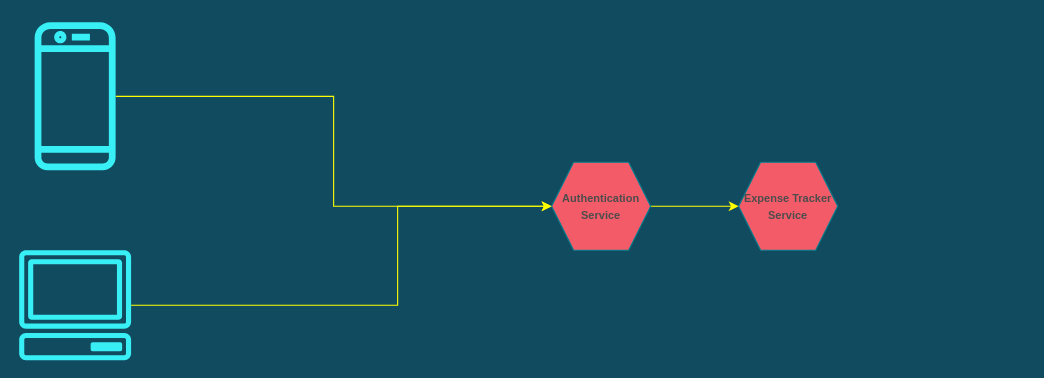
Above: Untitled Diagram.drawio in kanaan-dvlps/Expense_Tracker (draw.io), before the change. Source tidied: cells renumbered, new cells numbered last; positions are measured from the earlier drawing's top-left corner, leaving out a move shared by most shapes. Both pictures are drawn from the tidied source at 110%, with x=0, y=0 at pixel (18, 19).
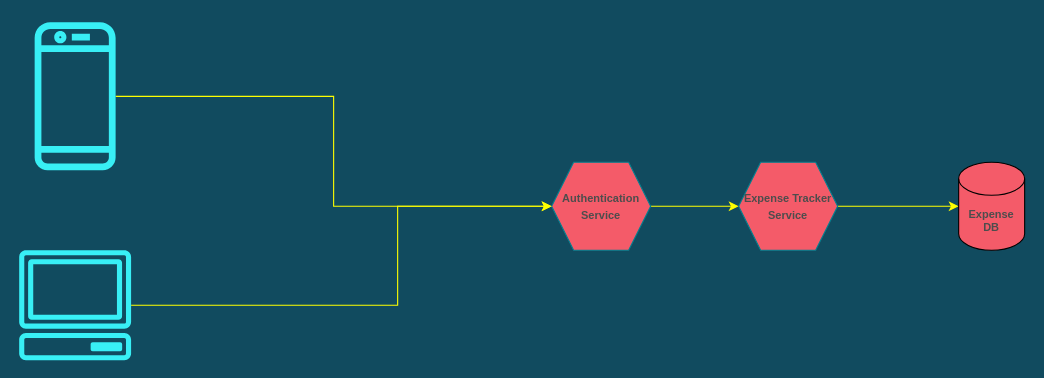
The same page after the edit.

The edit, as a diff of the source:
```diff
@@
 <mxGraphModel background="#114B5F">
   <root>
     <mxCell id="0" />
     <mxCell id="1" parent="0" />
     <mxCell id="2" style="edgeStyle=orthogonalEdgeStyle;rounded=0;jettySize=auto;html=1;fontSize=10;fontColor=#4D4D4D;strokeColor=#FFFF00;" parent="1" edge="1" source="3" target="8">
       <mxGeometry relative="1" as="geometry" />
     </mxCell>
     <mxCell id="3" value="&lt;font size=&quot;1&quot; color=&quot;#4d4d4d&quot;&gt;&lt;b style=&quot;&quot;&gt;Authentication Service&lt;/b&gt;&lt;/font&gt;" style="shape=hexagon;perimeter=hexagonPerimeter2;whiteSpace=wrap;html=1;fixedSize=1;fillColor=#F45B69;strokeColor=#028090;fontColor=#E4FDE1;rounded=0;" parent="1" vertex="1">
       <mxGeometry x="485" y="130" width="90" height="80" as="geometry" />
     </mxCell>
     <mxCell id="4" style="edgeStyle=orthogonalEdgeStyle;rounded=0;jettySize=auto;html=1;strokeColor=#FFFF00;" parent="1" edge="1" source="5" target="3">
       <mxGeometry relative="1" as="geometry" />
     </mxCell>
     <mxCell id="5" style="sketch=0;outlineConnect=0;fontColor=#232F3E;gradientColor=none;fillColor=#38EFF5;strokeColor=none;dashed=0;verticalLabelPosition=bottom;verticalAlign=top;align=center;html=1;fontSize=12;fontStyle=0;shape=mxgraph.aws4.mobile_client;" parent="1" vertex="1">
       <mxGeometry x="15" width="73.6" height="140" as="geometry" />
     </mxCell>
     <mxCell id="6" style="edgeStyle=orthogonalEdgeStyle;rounded=0;jettySize=auto;html=1;strokeColor=#FFFF00;" parent="1" edge="1" source="7" target="3">
       <mxGeometry relative="1" as="geometry">
         <Array as="points">
           <mxPoint x="345" y="260" />
           <mxPoint x="345" y="170" />
         </Array>
       </mxGeometry>
     </mxCell>
     <mxCell id="7" style="sketch=0;outlineConnect=0;fontColor=#232F3E;gradientColor=none;fillColor=#38EFF5;strokeColor=none;dashed=0;verticalLabelPosition=bottom;verticalAlign=top;align=center;html=1;fontSize=12;fontStyle=0;shape=mxgraph.aws4.client;" parent="1" vertex="1">
       <mxGeometry x="0.5" y="210" width="102.6" height="100" as="geometry" />
     </mxCell>
+    <mxCell id="9" style="edgeStyle=orthogonalEdgeStyle;rounded=0;jettySize=auto;html=1;strokeColor=#FFFF00;fontSize=10;fontColor=#E6E6E6;" parent="1" edge="1" source="8" target="10">
+      <mxGeometry relative="1" as="geometry" />
+    </mxCell>
     <mxCell id="8" value="&lt;font size=&quot;1&quot; color=&quot;#4d4d4d&quot;&gt;&lt;b style=&quot;&quot;&gt;Expense Tracker Service&lt;br&gt;&lt;/b&gt;&lt;/font&gt;" style="shape=hexagon;perimeter=hexagonPerimeter2;whiteSpace=wrap;html=1;fixedSize=1;fillColor=#F45B69;strokeColor=#028090;fontColor=#E4FDE1;rounded=0;" parent="1" vertex="1">
       <mxGeometry x="655" y="130" width="90" height="80" as="geometry" />
     </mxCell>
+    <mxCell id="10" value="&lt;b&gt;&lt;font color=&quot;#4d4d4d&quot;&gt;Expense DB&lt;/font&gt;&lt;/b&gt;" style="shape=cylinder3;whiteSpace=wrap;html=1;boundedLbl=1;backgroundOutline=1;size=15;labelBackgroundColor=none;fontSize=10;fontColor=#E6E6E6;fillColor=#F45B69;" parent="1" vertex="1">
+      <mxGeometry x="855" y="130" width="60" height="80" as="geometry" />
+    </mxCell>
   </root>
 </mxGraphModel>
```
